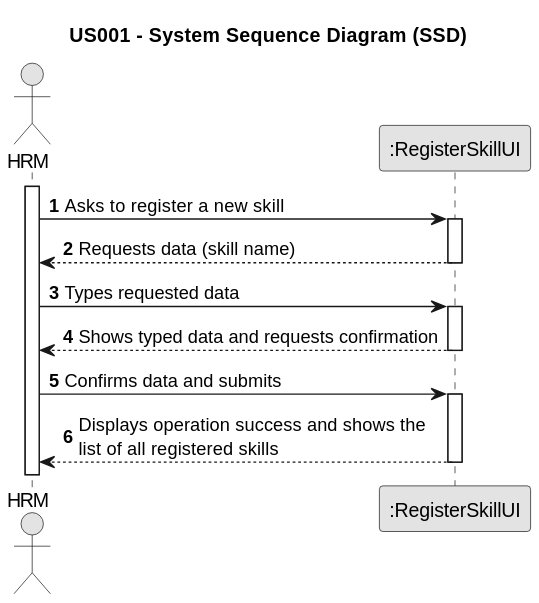
Before: docs/sprintB/us001/01.requirements-engineering/svg/us001-system-sequence-diagram.svg, a diagram exported from PlantUML (Rui-San/LAPR2_2023_2024).
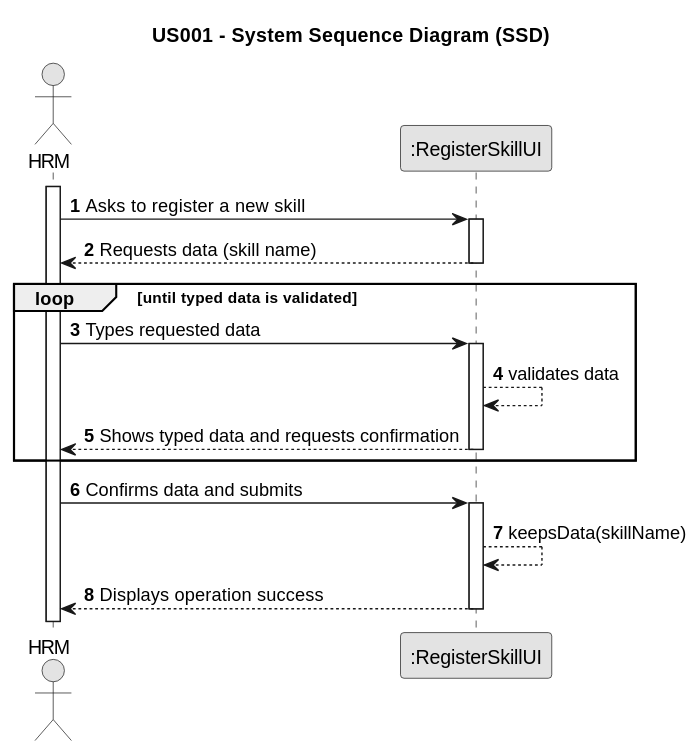
The same file after the commit.

What changed in the source:
```diff
@@ -17,16 +17,16 @@
 
         System --> Employee : Requests data (skill name)
     deactivate System
-
+    loop until typed data is validated
     Employee -> System : Types requested data
     activate System
-
+        System --> System : validates data
         System --> Employee : Shows typed data and requests confirmation
     deactivate System
-
+end
     Employee -> System : Confirms data and submits
     activate System
-
-        System --> Employee : Displays operation success and shows the \nlist of all registered skills
+        System --> System : keepsData(skillName)
+        System --> Employee : Displays operation success
     deactivate System
 @enduml
```
